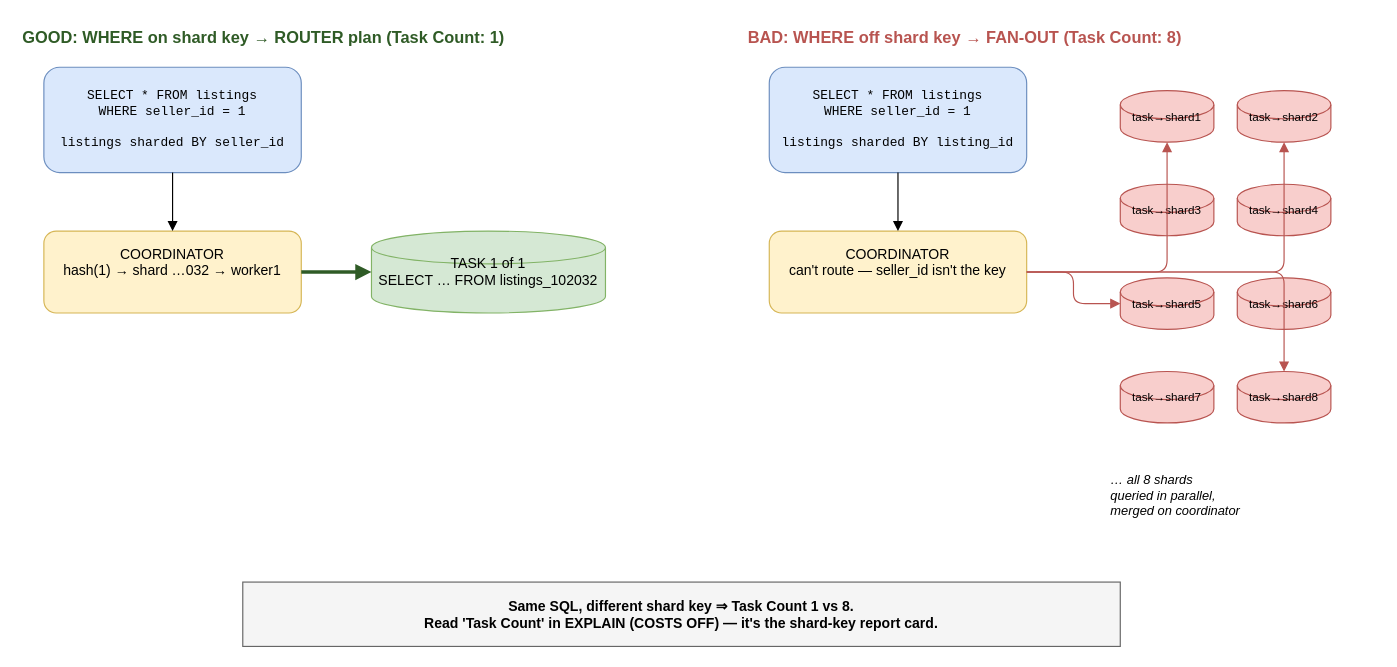
Before: docs/diagrams/query-routing-fanout.drawio in nitinkc/db-sharding, a draw.io diagram. Source tidied: cells renumbered, new cells numbered last; positions are measured from the earlier drawing's top-left corner, leaving out a move shared by most shapes. Both pictures are drawn from the tidied source at 117%, with x=0, y=0 at pixel (20, 20).
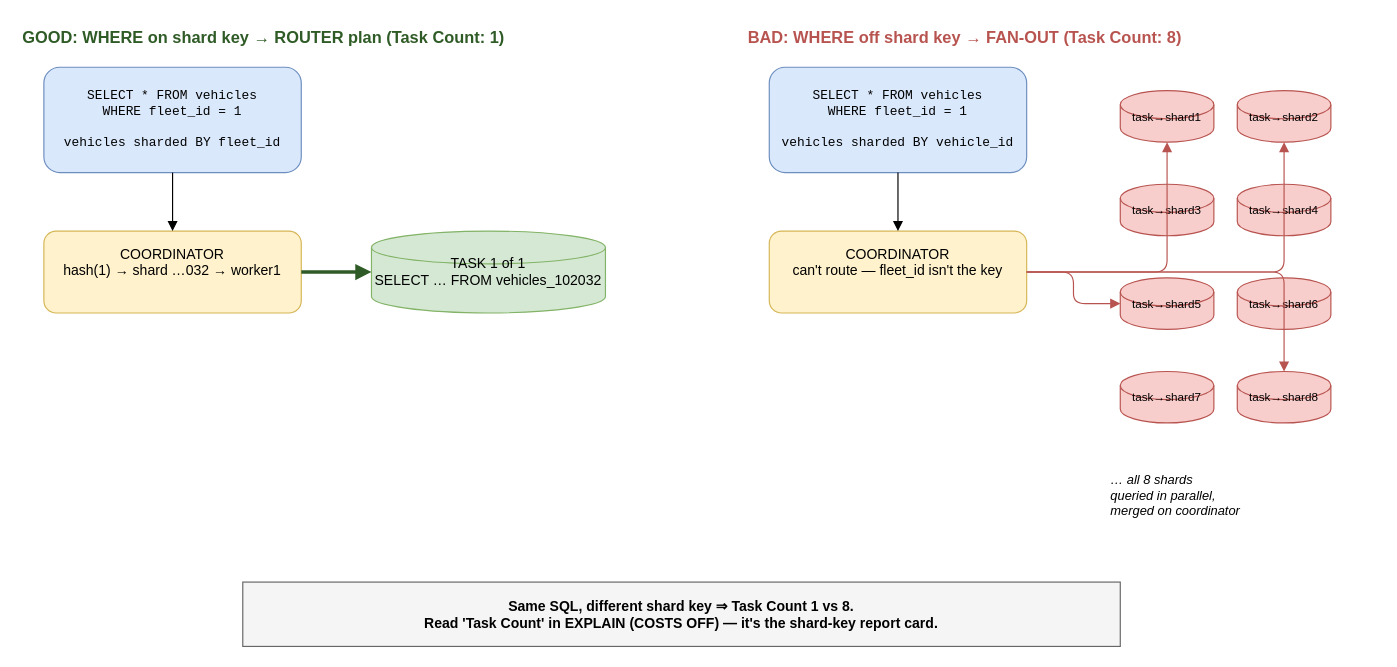
The same diagram, later.

Diff of the diagram source:
```diff
@@
-    <mxCell id="4" value="SELECT * FROM listings&#10;WHERE seller_id = 1&#10;&#10;listings sharded BY seller_id" style="rounded=1;html=1;whiteSpace=wrap;fillColor=#dae8fc;strokeColor=#6c8ebf;fontFamily=Courier New;fontSize=11;" parent="1" vertex="1">
+    <mxCell id="4" value="SELECT * FROM vehicles&#10;WHERE fleet_id = 1&#10;&#10;vehicles sharded BY fleet_id" style="rounded=1;html=1;whiteSpace=wrap;fillColor=#dae8fc;strokeColor=#6c8ebf;fontFamily=Courier New;fontSize=11;" parent="1" vertex="1">
       <mxGeometry x="20" y="40" width="220" height="90" as="geometry" />
     </mxCell>
@@
-    <mxCell id="6" value="TASK 1 of 1&#10;SELECT … FROM listings_102032" style="shape=cylinder3;html=1;whiteSpace=wrap;fillColor=#d5e8d4;strokeColor=#82b366;size=14;" parent="1" vertex="1">
+    <mxCell id="6" value="TASK 1 of 1&#10;SELECT … FROM vehicles_102032" style="shape=cylinder3;html=1;whiteSpace=wrap;fillColor=#d5e8d4;strokeColor=#82b366;size=14;" parent="1" vertex="1">
       <mxGeometry x="300" y="180" width="200" height="70" as="geometry" />
     </mxCell>
@@
-    <mxCell id="9" value="SELECT * FROM listings&#10;WHERE seller_id = 1&#10;&#10;listings sharded BY listing_id" style="rounded=1;html=1;whiteSpace=wrap;fillColor=#dae8fc;strokeColor=#6c8ebf;fontFamily=Courier New;fontSize=11;" parent="1" vertex="1">
+    <mxCell id="9" value="SELECT * FROM vehicles&#10;WHERE fleet_id = 1&#10;&#10;vehicles sharded BY vehicle_id" style="rounded=1;html=1;whiteSpace=wrap;fillColor=#dae8fc;strokeColor=#6c8ebf;fontFamily=Courier New;fontSize=11;" parent="1" vertex="1">
       <mxGeometry x="640" y="40" width="220" height="90" as="geometry" />
     </mxCell>
-    <mxCell id="10" value="COORDINATOR&#10;can't route — seller_id isn't the key" style="rounded=1;html=1;whiteSpace=wrap;fillColor=#fff2cc;strokeColor=#d6b656;verticalAlign=top;spacingTop=6;" parent="1" vertex="1">
+    <mxCell id="10" value="COORDINATOR&#10;can't route — fleet_id isn't the key" style="rounded=1;html=1;whiteSpace=wrap;fillColor=#fff2cc;strokeColor=#d6b656;verticalAlign=top;spacingTop=6;" parent="1" vertex="1">
       <mxGeometry x="640" y="180" width="220" height="70" as="geometry" />
     </mxCell>
```
